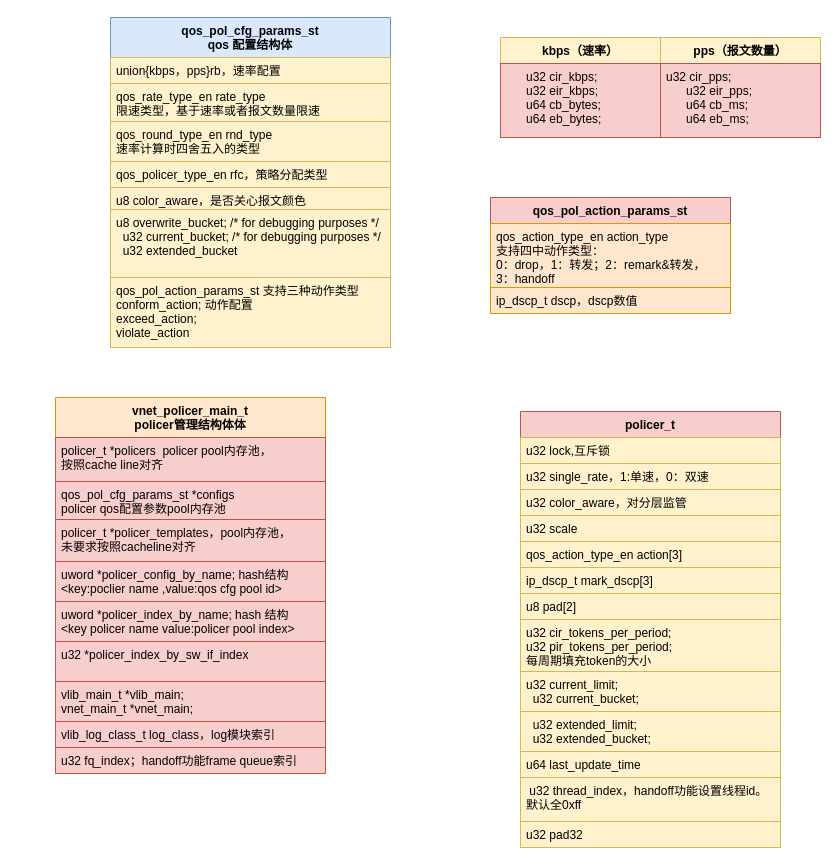
The draw.io diagram new_map/vpp policer.drawio in jin13417/dpdk-vpp-learning, before the edit. Source tidied: cells renumbered, new cells numbered last; positions are measured from the earlier drawing's top-left corner, leaving out a move shared by most shapes. Both pictures are drawn from the tidied source at 100%, with x=0, y=0 at pixel (55, 17).
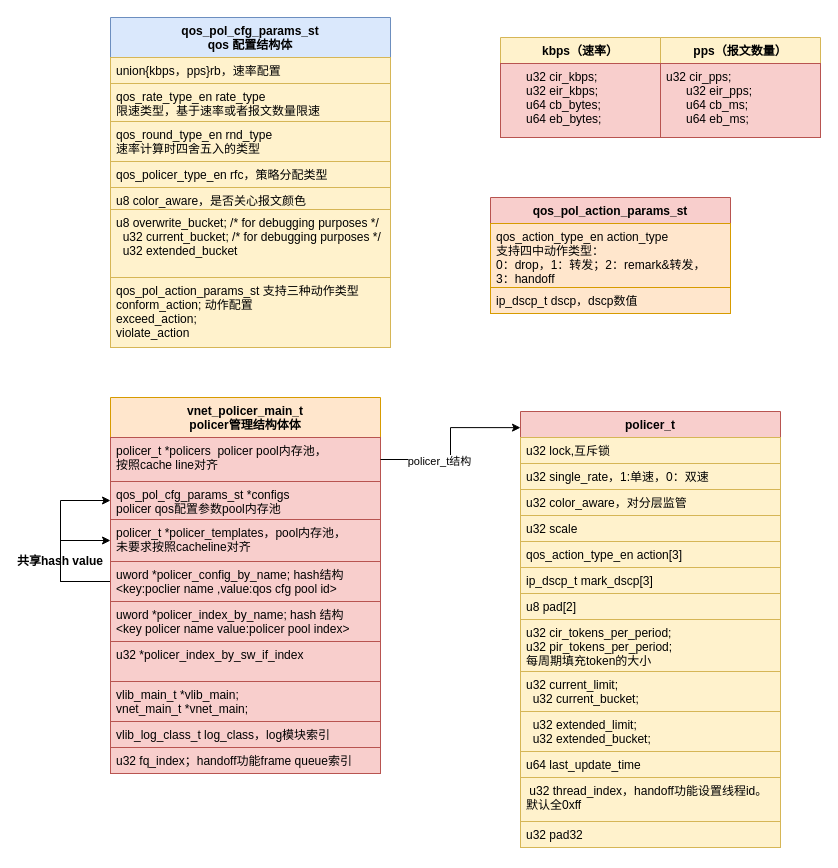
Above is the later version.

The change refers to these unchanged cells:
```xml
<mxCell id="3" value="policer_t *policers  policer pool内存池，&#10;按照cache line对齐" style="text;strokeColor=#b85450;fillColor=#f8cecc;align=left;verticalAlign=top;spacingLeft=4;spacingRight=4;overflow=hidden;points=[[0,0.5],[1,0.5]];portConstraint=eastwest;" parent="2" vertex="1">
  <mxGeometry y="40" width="270" height="44" as="geometry" />
</mxCell>
<mxCell id="4" value="qos_pol_cfg_params_st *configs &#10;policer qos配置参数pool内存池" style="text;strokeColor=#b85450;fillColor=#f8cecc;align=left;verticalAlign=top;spacingLeft=4;spacingRight=4;overflow=hidden;points=[[0,0.5],[1,0.5]];portConstraint=eastwest;" parent="2" vertex="1">
  <mxGeometry y="84" width="270" height="38" as="geometry" />
</mxCell>
<mxCell id="5" value="policer_t *policer_templates，pool内存池，&#10;未要求按照cacheline对齐" style="text;fillColor=#f8cecc;align=left;verticalAlign=top;spacingLeft=4;spacingRight=4;overflow=hidden;points=[[0,0.5],[1,0.5]];portConstraint=eastwest;strokeColor=#b85450;" parent="2" vertex="1">
  <mxGeometry y="122" width="270" height="42" as="geometry" />
</mxCell>
<mxCell id="6" value="uword *policer_config_by_name; hash结构&#10;&lt;key:poclier name ,value:qos cfg pool id&gt;" style="text;fillColor=#f8cecc;align=left;verticalAlign=top;spacingLeft=4;spacingRight=4;overflow=hidden;points=[[0,0.5],[1,0.5]];portConstraint=eastwest;strokeColor=#b85450;" parent="2" vertex="1">
  <mxGeometry y="164" width="270" height="40" as="geometry" />
</mxCell>
<mxCell id="12" value="policer_t" style="swimlane;fontStyle=1;align=center;verticalAlign=top;horizontal=1;startSize=26;strokeColor=#b85450;fillColor=#f8cecc;" parent="1" vertex="1">
  <mxGeometry x="465" y="394" width="260" height="436" as="geometry" />
</mxCell>
```

What changed in the source:
```diff
@@
     <mxCell id="2" value="vnet_policer_main_t&#10;policer管理结构体体" style="swimlane;fontStyle=1;align=center;verticalAlign=top;horizontal=1;startSize=40;fillColor=#ffe6cc;strokeColor=#d79b00;" parent="1" vertex="1">
-      <mxGeometry y="380" width="270" height="376" as="geometry" />
+      <mxGeometry x="55" y="380" width="270" height="376" as="geometry" />
     </mxCell>
@@
+    <mxCell id="41" style="edgeStyle=orthogonalEdgeStyle;rounded=0;jettySize=auto;html=1;exitX=0;exitY=0.5;exitDx=0;exitDy=0;entryX=0;entryY=0.5;entryDx=0;entryDy=0;" parent="2" edge="1" source="6" target="4">
+      <mxGeometry relative="1" as="geometry">
+        <Array as="points">
+          <mxPoint x="-50" y="184" />
+          <mxPoint x="-50" y="103" />
+        </Array>
+      </mxGeometry>
+    </mxCell>
+    <mxCell id="42" style="edgeStyle=orthogonalEdgeStyle;rounded=0;jettySize=auto;html=1;exitX=0;exitY=0.5;exitDx=0;exitDy=0;entryX=0;entryY=0.5;entryDx=0;entryDy=0;" parent="2" edge="1" source="6" target="5">
+      <mxGeometry relative="1" as="geometry">
+        <Array as="points">
+          <mxPoint x="-50" y="184" />
+          <mxPoint x="-50" y="143" />
+        </Array>
+      </mxGeometry>
+    </mxCell>
@@
+    <mxCell id="43" value="共享hash value" style="text;align=center;fontStyle=1;verticalAlign=middle;spacingLeft=3;spacingRight=3;strokeColor=none;" parent="1" vertex="1">
+      <mxGeometry x="-35" y="530" width="80" height="26" as="geometry" />
+    </mxCell>
+    <mxCell id="44" style="edgeStyle=orthogonalEdgeStyle;rounded=0;jettySize=auto;html=1;exitX=1;exitY=0.5;exitDx=0;exitDy=0;entryX=0;entryY=0.037;entryDx=0;entryDy=0;entryPerimeter=0;" parent="1" edge="1" source="3" target="12">
+      <mxGeometry relative="1" as="geometry" />
+    </mxCell>
+    <mxCell id="45" value="policer_t结构" style="edgeLabel;html=1;align=center;verticalAlign=middle;" parent="44" vertex="1">
+      <mxGeometry x="-0.33" y="-1" relative="1" as="geometry" />
+    </mxCell>
```
